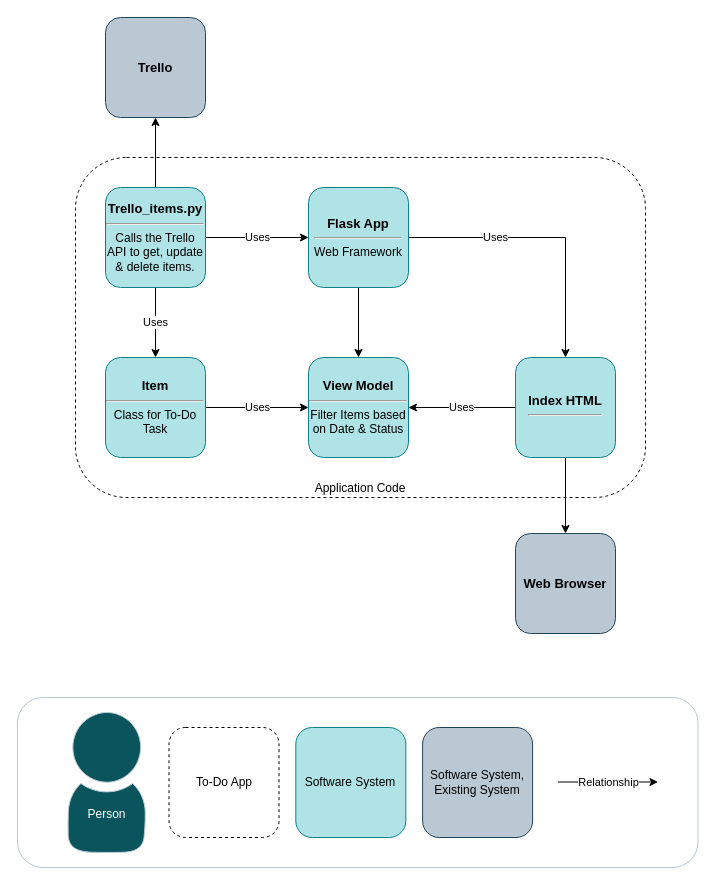
JoeBawn/-DevOps-Course-Starter keeps this draw.io diagram as page "Component Diagram" (3 of 3) of Documentation/Architecture Diagrams.drawio. Above is the earlier version. Source tidied: cells renumbered, new cells numbered last; positions are measured from the earlier drawing's top-left corner, leaving out a move shared by most shapes. Both pictures are drawn from the tidied source at 100%, with x=0, y=0 at pixel (17, 17).
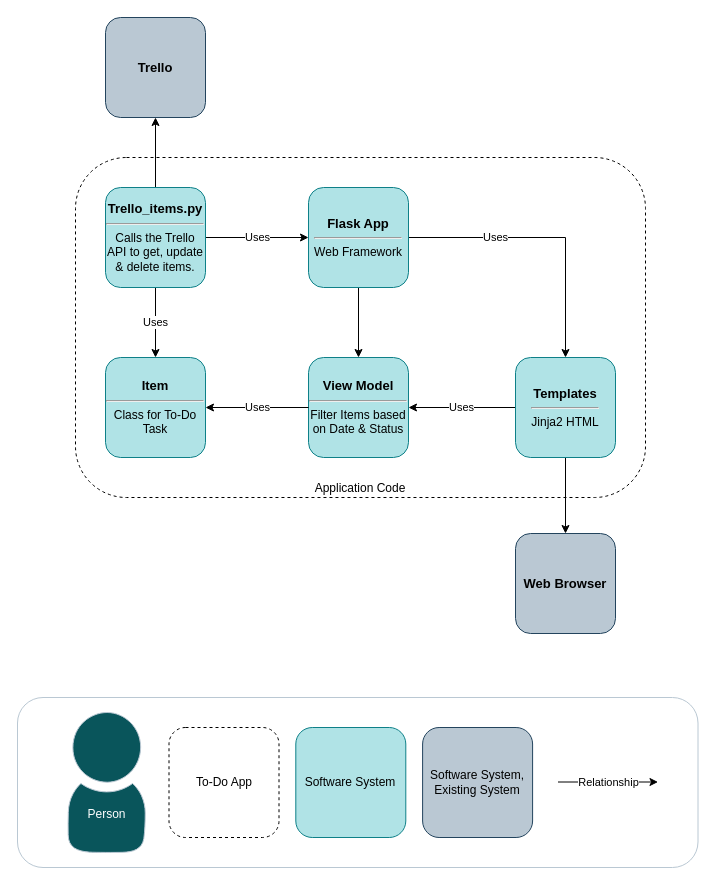
After the change.

Unchanged cells that the change refers to:
```xml
<mxCell id="21" value="&lt;span style=&quot;font-size: 13px&quot;&gt;&lt;b&gt;View Model&lt;br&gt;&lt;/b&gt;&lt;/span&gt;&lt;hr&gt;Filter Items based on Date &amp;amp; Status" style="whiteSpace=wrap;html=1;shadow=0;dashed=0;verticalAlign=middle;strokeColor=#0e8088;fillColor=#b0e3e6;rounded=1;align=center;" parent="1" vertex="1">
  <mxGeometry x="291" y="340" width="100" height="100" as="geometry" />
</mxCell>
<mxCell id="23" value="&lt;span style=&quot;font-size: 13px&quot;&gt;&lt;b&gt;Item&lt;br&gt;&lt;/b&gt;&lt;/span&gt;&lt;hr&gt;Class for To-Do Task" style="whiteSpace=wrap;html=1;shadow=0;dashed=0;verticalAlign=middle;strokeColor=#0e8088;fillColor=#b0e3e6;rounded=1;align=center;" parent="1" vertex="1">
  <mxGeometry x="88" y="340" width="100" height="100" as="geometry" />
</mxCell>
```

Diff of the diagram source:
```diff
@@
-    <mxCell id="5" value="&lt;span style=&quot;font-size: 13px&quot;&gt;&lt;b&gt;Index HTML&lt;br&gt;&lt;/b&gt;&lt;/span&gt;&lt;hr&gt;" style="whiteSpace=wrap;html=1;shadow=0;dashed=0;verticalAlign=middle;strokeColor=#0e8088;fillColor=#b0e3e6;rounded=1;align=center;" parent="1" vertex="1">
+    <mxCell id="5" value="&lt;span style=&quot;font-size: 13px&quot;&gt;&lt;b&gt;Templates&lt;br&gt;&lt;/b&gt;&lt;/span&gt;&lt;hr&gt;Jinja2 HTML" style="whiteSpace=wrap;html=1;shadow=0;dashed=0;verticalAlign=middle;strokeColor=#0e8088;fillColor=#b0e3e6;rounded=1;align=center;" parent="1" vertex="1">
       <mxGeometry x="498" y="340" width="100" height="100" as="geometry" />
     </mxCell>
@@
-    <mxCell id="22" value="Uses" style="edgeStyle=orthogonalEdgeStyle;rounded=0;jettySize=auto;html=1;exitX=1;exitY=0.5;exitDx=0;exitDy=0;" parent="1" edge="1" source="23" target="21">
+    <mxCell id="22" value="Uses" style="edgeStyle=orthogonalEdgeStyle;rounded=0;jettySize=auto;html=1;exitX=1;exitY=0.5;exitDx=0;exitDy=0;startArrow=classic;startFill=1;endArrow=none;endFill=0;" parent="1" edge="1" source="23" target="21">
       <mxGeometry relative="1" as="geometry" />
     </mxCell>
```
